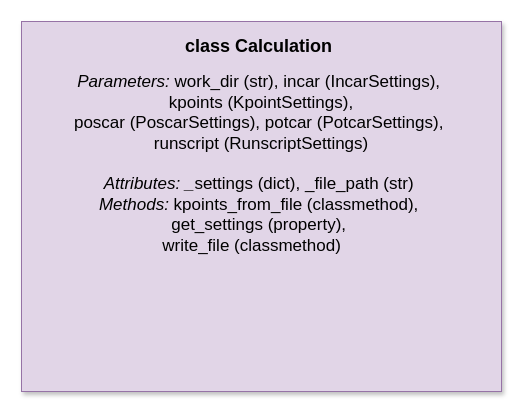
nimalec/Magmango keeps this draw.io diagram as page "level 3 (magmango/calculation/calculation)" (9 of 15) of image/Magmango.drawio. Above is the earlier version. Source tidied: cells renumbered, new cells numbered last; positions are measured from the earlier drawing's top-left corner, leaving out a move shared by most shapes. Both pictures are drawn from the tidied source at 100%, with x=0, y=0 at pixel (21, 21).
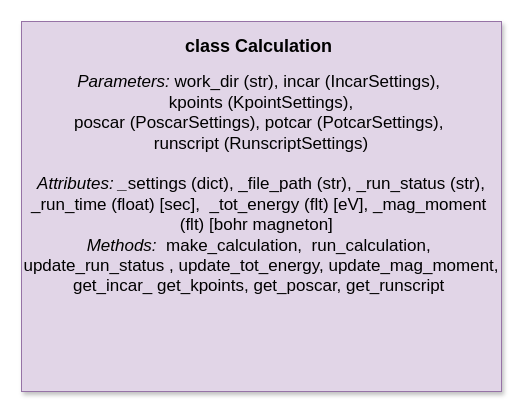
The same diagram, later.

The edit, as a diff of the source:
```diff
@@
 <mxGraphModel>
   <root>
     <mxCell id="0" />
     <mxCell id="1" parent="0" />
-    <mxCell id="2" value="&lt;h2&gt;class Calculation&amp;nbsp;&lt;/h2&gt;&lt;div&gt;&lt;font style=&quot;font-size: 17px&quot;&gt;&lt;i&gt;Parameters: &lt;/i&gt;work_dir&amp;nbsp;(str), incar (IncarSettings),&amp;nbsp;&lt;/font&gt;&lt;/div&gt;&lt;div&gt;&lt;font style=&quot;font-size: 17px&quot;&gt;kpoints (KpointSettings),&lt;/font&gt;&lt;/div&gt;&lt;div&gt;&lt;font style=&quot;font-size: 17px&quot;&gt;poscar (PoscarSettings), potcar (PotcarSettings),&amp;nbsp;&lt;/font&gt;&lt;/div&gt;&lt;div&gt;&lt;font style=&quot;font-size: 17px&quot;&gt;runscript (RunscriptSettings)&lt;/font&gt;&lt;/div&gt;&lt;div&gt;&lt;font style=&quot;font-size: 17px&quot;&gt;&amp;nbsp;&lt;/font&gt;&lt;/div&gt;&lt;div&gt;&lt;font style=&quot;font-size: 17px&quot;&gt;&lt;i&gt;Attributes: _&lt;/i&gt;settings (dict), _file_path (str)&amp;nbsp;&lt;/font&gt;&lt;/div&gt;&lt;div&gt;&lt;font style=&quot;font-size: 17px&quot;&gt;&lt;i&gt;Methods: &lt;/i&gt;kpoints_from_file (classmethod),&amp;nbsp;&lt;/font&gt;&lt;/div&gt;&lt;div&gt;&lt;font style=&quot;font-size: 17px&quot;&gt;get_settings (property),&amp;nbsp;&lt;/font&gt;&lt;/div&gt;&lt;div&gt;&lt;font style=&quot;font-size: 17px&quot;&gt;write_file (classmethod)&amp;nbsp; &amp;nbsp;&lt;i&gt;&amp;nbsp;&lt;/i&gt;&lt;/font&gt;&lt;/div&gt;" style="verticalAlign=top;align=center;overflow=fill;fontSize=12;fontFamily=Helvetica;html=1;strokeColor=#9673a6;shadow=1;fillColor=#e1d5e7;" parent="1" vertex="1">
+    <mxCell id="2" value="&lt;h2&gt;class Calculation&amp;nbsp;&lt;/h2&gt;&lt;div&gt;&lt;font style=&quot;font-size: 17px&quot;&gt;&lt;i&gt;Parameters: &lt;/i&gt;work_dir&amp;nbsp;(str), incar (IncarSettings),&amp;nbsp;&lt;/font&gt;&lt;/div&gt;&lt;div&gt;&lt;font style=&quot;font-size: 17px&quot;&gt;kpoints (KpointSettings),&lt;/font&gt;&lt;/div&gt;&lt;div&gt;&lt;font style=&quot;font-size: 17px&quot;&gt;poscar (PoscarSettings), potcar (PotcarSettings),&amp;nbsp;&lt;/font&gt;&lt;/div&gt;&lt;div&gt;&lt;font style=&quot;font-size: 17px&quot;&gt;runscript (RunscriptSettings)&lt;/font&gt;&lt;/div&gt;&lt;div&gt;&lt;font style=&quot;font-size: 17px&quot;&gt;&amp;nbsp;&lt;/font&gt;&lt;/div&gt;&lt;div&gt;&lt;font style=&quot;font-size: 17px&quot;&gt;&lt;i&gt;Attributes: _&lt;/i&gt;settings (dict), _file_path (str), _run_status (str),&lt;/font&gt;&lt;/div&gt;&lt;div&gt;&lt;font style=&quot;font-size: 17px&quot;&gt;_run_time (float) [sec],&amp;nbsp; _tot_energy (flt) [eV], _mag_moment&amp;nbsp;&lt;/font&gt;&lt;/div&gt;&lt;div&gt;&lt;font style=&quot;font-size: 17px&quot;&gt;(flt) [bohr magneton]&amp;nbsp;&amp;nbsp;&lt;/font&gt;&lt;/div&gt;&lt;div&gt;&lt;font style=&quot;font-size: 17px&quot;&gt;&lt;i&gt;Methods:&amp;nbsp;&lt;/i&gt;&amp;nbsp;make_calculation,&amp;nbsp; run_calculation,&amp;nbsp;&lt;/font&gt;&lt;/div&gt;&lt;div&gt;&lt;font style=&quot;font-size: 17px&quot;&gt;update_run_status , update_tot_energy, update_mag_moment,&lt;/font&gt;&lt;/div&gt;&lt;div&gt;&lt;font style=&quot;font-size: 17px&quot;&gt;get_incar_ get_kpoints, get_poscar, get_runscript&amp;nbsp;&lt;/font&gt;&lt;/div&gt;&lt;div&gt;&lt;font style=&quot;font-size: 17px&quot;&gt;&amp;nbsp;&amp;nbsp; &amp;nbsp;&lt;/font&gt;&lt;i style=&quot;font-size: 17px&quot;&gt;&amp;nbsp;&lt;/i&gt;&lt;/div&gt;" style="verticalAlign=top;align=center;overflow=fill;fontSize=12;fontFamily=Helvetica;html=1;strokeColor=#9673a6;shadow=1;fillColor=#e1d5e7;" parent="1" vertex="1">
       <mxGeometry width="480" height="370" as="geometry" />
     </mxCell>
   </root>
 </mxGraphModel>
```
